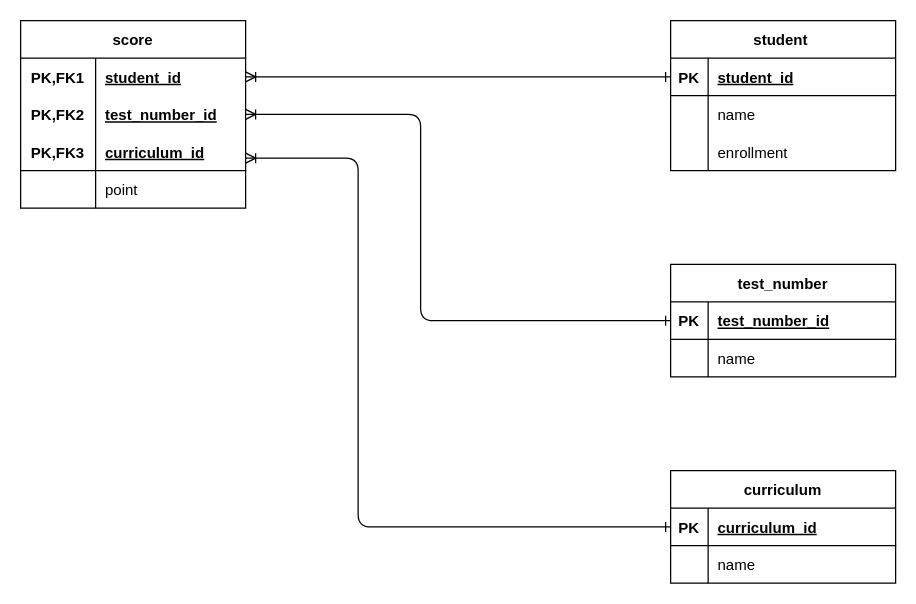
sasahara08/result_management keeps this draw.io diagram as ER.dio. Above is the earlier version. Source tidied: cells renumbered, new cells numbered last; positions are measured from the earlier drawing's top-left corner, leaving out a move shared by most shapes. Both pictures are drawn from the tidied source at 125%, with x=0, y=0 at pixel (20, 20).
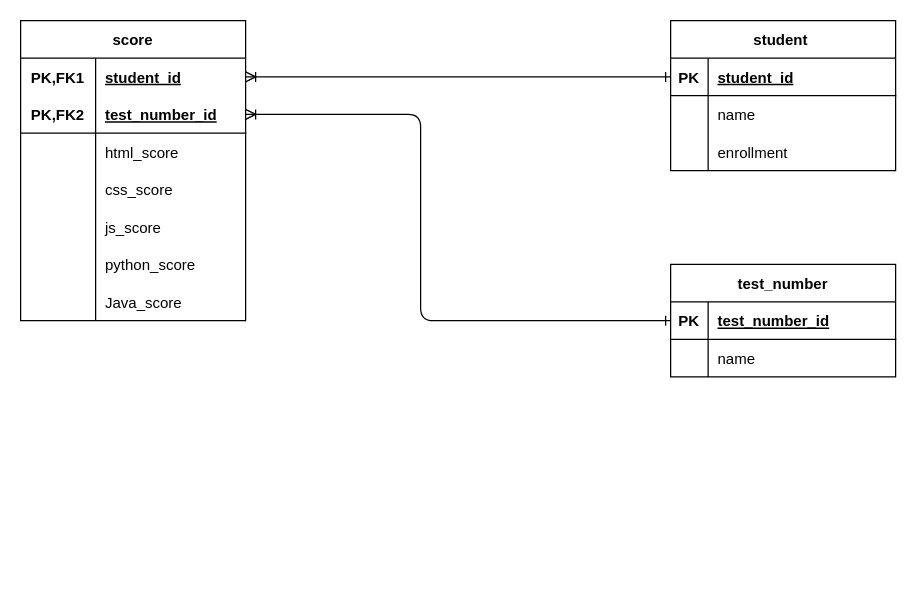
Above is the later version.

Unchanged cells that the change refers to:
```xml
<mxCell id="3" style="shape=tableRow;horizontal=0;startSize=0;swimlaneHead=0;swimlaneBody=0;fillColor=none;points=[[0,0.5],[1,0.5]];portConstraint=eastwest;top=0;left=0;right=0;bottom=1;" parent="2" vertex="1">
  <mxGeometry y="30" width="180" height="30" as="geometry" />
</mxCell>
<mxCell id="13" style="shape=tableRow;horizontal=0;startSize=0;swimlaneHead=0;swimlaneBody=0;fillColor=none;points=[[0,0.5],[1,0.5]];portConstraint=eastwest;top=0;left=0;right=0;bottom=1;" parent="12" vertex="1">
  <mxGeometry y="30" width="180" height="30" as="geometry" />
</mxCell>
<mxCell id="28" style="shape=tableRow;horizontal=0;startSize=0;swimlaneHead=0;swimlaneBody=0;fillColor=none;points=[[0,0.5],[1,0.5]];portConstraint=eastwest;top=0;left=0;right=0;bottom=0;" parent="27" vertex="1">
  <mxGeometry y="30" width="180" height="30" as="geometry" />
</mxCell>
<mxCell id="37" style="shape=tableRow;horizontal=0;startSize=0;swimlaneHead=0;swimlaneBody=0;fillColor=none;top=0;left=0;right=0;bottom=0;" parent="27" vertex="1">
  <mxGeometry y="120" width="180" height="30" as="geometry" />
</mxCell>
```

What changed in the source:
```diff
@@
-    <mxCell id="19" value="curriculum" style="shape=table;startSize=30;childLayout=tableLayout;rowLines=0;fontStyle=1;align=center;" parent="1" vertex="1">
-      <mxGeometry x="520" y="360" width="180" height="90" as="geometry" />
-    </mxCell>
-    <mxCell id="20" style="shape=tableRow;horizontal=0;startSize=0;swimlaneHead=0;swimlaneBody=0;fillColor=none;points=[[0,0.5],[1,0.5]];portConstraint=eastwest;top=0;left=0;right=0;bottom=1;" parent="19" vertex="1">
-      <mxGeometry y="30" width="180" height="30" as="geometry" />
-    </mxCell>
-    <mxCell id="21" value="PK" style="shape=partialRectangle;fillColor=none;top=0;left=0;bottom=0;right=0;fontStyle=1;overflow=hidden;" parent="20" vertex="1">
-      <mxGeometry width="30" height="30" as="geometry" />
-    </mxCell>
-    <mxCell id="22" value="curriculum_id" style="shape=partialRectangle;fillColor=none;top=0;left=0;bottom=0;right=0;align=left;spacingLeft=6;fontStyle=5;overflow=hidden;" parent="20" vertex="1">
-      <mxGeometry x="30" width="150" height="30" as="geometry" />
-    </mxCell>
-    <mxCell id="23" style="shape=tableRow;horizontal=0;startSize=0;swimlaneHead=0;swimlaneBody=0;fillColor=none;top=0;left=0;right=0;bottom=0;" parent="19" vertex="1">
-      <mxGeometry y="60" width="180" height="30" as="geometry" />
-    </mxCell>
-    <mxCell id="24" value="    " style="shape=partialRectangle;fillColor=none;top=0;left=0;bottom=0;right=0;overflow=hidden;" parent="23" vertex="1">
-      <mxGeometry width="30" height="30" as="geometry" />
-    </mxCell>
-    <mxCell id="25" value="name" style="shape=partialRectangle;fillColor=none;top=0;left=0;bottom=0;right=0;align=left;spacingLeft=6;overflow=hidden;" parent="23" vertex="1">
-      <mxGeometry x="30" width="150" height="30" as="geometry" />
-    </mxCell>
-    <mxCell id="26" style="group;" parent="1" vertex="1">
-      <mxGeometry width="210" height="240" as="geometry" />
-    </mxCell>
+    <mxCell id="41" style="edgeStyle=none;html=1;entryX=0;entryY=0.5;entryDx=0;entryDy=0;endArrow=ERone;endFill=0;startArrow=ERoneToMany;startFill=0;" parent="1" edge="1" target="3">
+      <mxGeometry relative="1" as="geometry">
+        <mxPoint x="180" y="45" as="sourcePoint" />
+      </mxGeometry>
+    </mxCell>
+    <mxCell id="42" style="edgeStyle=none;html=1;entryX=0;entryY=0.5;entryDx=0;entryDy=0;exitX=1;exitY=0.5;exitDx=0;exitDy=0;endArrow=ERone;endFill=0;startArrow=ERoneToMany;startFill=0;" parent="1" edge="1" target="13">
+      <mxGeometry relative="1" as="geometry">
+        <mxPoint x="180" y="75" as="sourcePoint" />
+        <Array as="points">
+          <mxPoint x="320" y="75" />
+          <mxPoint x="320" y="240" />
+        </Array>
+      </mxGeometry>
+    </mxCell>
-    <mxCell id="27" value="score" style="shape=table;startSize=30;childLayout=tableLayout;rowLines=0;fontStyle=1;align=center;fillColor=default;columnLines=1;swimlaneHead=1;swimlaneBody=1;horizontal=1;top=1;bottom=1;left=1;right=1;resizeLastRow=0;" parent="26" vertex="1">
-      <mxGeometry width="180" height="150" as="geometry" />
+    <mxCell id="27" value="score" style="shape=table;startSize=30;childLayout=tableLayout;rowLines=0;fontStyle=1;align=center;" parent="1" vertex="1">
+      <mxGeometry width="180" height="240" as="geometry" />
     </mxCell>
@@
-    <mxCell id="31" style="shape=tableRow;horizontal=0;startSize=0;swimlaneHead=0;swimlaneBody=0;fillColor=none;points=[[0,0.5],[1,0.5]];portConstraint=eastwest;top=0;left=0;right=0;bottom=0;" parent="27" vertex="1">
-      <mxGeometry y="60" width="180" height="30" as="geometry" />
-    </mxCell>
+    <mxCell id="44" style="shape=tableRow;horizontal=0;startSize=0;swimlaneHead=0;swimlaneBody=0;fillColor=none;top=0;left=0;right=0;bottom=1;" parent="27" vertex="1">
+      <mxGeometry y="60" width="180" height="30" as="geometry" />
+    </mxCell>
-    <mxCell id="32" value="PK,FK2" style="shape=partialRectangle;fillColor=none;top=0;left=0;bottom=0;right=0;fontStyle=1;overflow=hidden;" parent="31" vertex="1">
+    <mxCell id="32" value="PK,FK2" style="shape=partialRectangle;fillColor=none;top=0;left=0;bottom=0;right=0;fontStyle=1;overflow=hidden;" parent="44" vertex="1">
       <mxGeometry width="60" height="30" as="geometry" />
     </mxCell>
-    <mxCell id="33" value="test_number_id" style="shape=partialRectangle;fillColor=none;top=0;left=0;bottom=0;right=0;align=left;spacingLeft=6;fontStyle=5;overflow=hidden;verticalAlign=middle;" parent="31" vertex="1">
+    <mxCell id="33" value="test_number_id" style="shape=partialRectangle;fillColor=none;top=0;left=0;bottom=0;right=0;align=left;spacingLeft=6;fontStyle=5;overflow=hidden;" parent="44" vertex="1">
       <mxGeometry x="60" width="120" height="30" as="geometry" />
     </mxCell>
-    <mxCell id="34" style="shape=tableRow;horizontal=0;startSize=0;swimlaneHead=0;swimlaneBody=0;fillColor=none;top=0;left=0;right=0;bottom=1;" parent="27" vertex="1">
-      <mxGeometry y="90" width="180" height="30" as="geometry" />
-    </mxCell>
-    <mxCell id="35" value="PK,FK3" style="shape=partialRectangle;fillColor=none;top=0;left=0;bottom=0;right=0;fontStyle=1;overflow=hidden;" parent="34" vertex="1">
-      <mxGeometry width="60" height="30" as="geometry" />
-    </mxCell>
-    <mxCell id="36" value="curriculum_id" style="shape=partialRectangle;fillColor=none;top=0;left=0;bottom=0;right=0;align=left;spacingLeft=6;fontStyle=5;overflow=hidden;verticalAlign=middle;" parent="34" vertex="1">
-      <mxGeometry x="60" width="120" height="30" as="geometry" />
-    </mxCell>
+    <mxCell id="45" style="shape=tableRow;horizontal=0;startSize=0;swimlaneHead=0;swimlaneBody=0;fillColor=none;top=0;left=0;right=0;bottom=0;" parent="27" vertex="1">
+      <mxGeometry y="90" width="180" height="30" as="geometry" />
+    </mxCell>
+    <mxCell id="46" style="shape=partialRectangle;fillColor=none;top=0;left=0;bottom=0;right=0;overflow=hidden;" parent="45" vertex="1">
+      <mxGeometry width="60" height="30" as="geometry" />
+    </mxCell>
+    <mxCell id="47" value="html_score" style="shape=partialRectangle;fillColor=none;top=0;left=0;bottom=0;right=0;align=left;spacingLeft=6;overflow=hidden;" parent="45" vertex="1">
+      <mxGeometry x="60" width="120" height="30" as="geometry" />
+    </mxCell>
@@
-    <mxCell id="38" style="shape=partialRectangle;fillColor=none;top=0;left=0;bottom=0;right=0;overflow=hidden;" parent="37" vertex="1">
-      <mxGeometry width="60" height="30" as="geometry" />
-    </mxCell>
-    <mxCell id="39" style="shape=partialRectangle;fillColor=none;top=0;left=0;bottom=0;right=0;align=left;spacingLeft=6;overflow=hidden;" parent="37" vertex="1">
-      <mxGeometry x="60" width="120" height="30" as="geometry" />
-    </mxCell>
-    <mxCell id="40" value="point" style="shape=partialRectangle;fillColor=none;top=0;left=0;bottom=0;right=0;align=left;spacingLeft=6;overflow=hidden;" parent="26" vertex="1">
-      <mxGeometry x="60" y="120" width="150" height="30" as="geometry" />
-    </mxCell>
-    <mxCell id="41" style="edgeStyle=none;html=1;entryX=0;entryY=0.5;entryDx=0;entryDy=0;endArrow=ERone;endFill=0;startArrow=ERoneToMany;startFill=0;" parent="1" edge="1" source="28" target="3">
-      <mxGeometry relative="1" as="geometry" />
-    </mxCell>
-    <mxCell id="42" style="edgeStyle=none;html=1;entryX=0;entryY=0.5;entryDx=0;entryDy=0;exitX=1;exitY=0.5;exitDx=0;exitDy=0;endArrow=ERone;endFill=0;startArrow=ERoneToMany;startFill=0;" parent="1" edge="1" source="31" target="13">
-      <mxGeometry relative="1" as="geometry">
-        <Array as="points">
-          <mxPoint x="320" y="75" />
-          <mxPoint x="320" y="240" />
-        </Array>
-      </mxGeometry>
-    </mxCell>
-    <mxCell id="43" style="edgeStyle=none;html=1;entryX=0;entryY=0.5;entryDx=0;entryDy=0;exitX=1;exitY=0.5;exitDx=0;exitDy=0;endArrow=ERone;endFill=0;startArrow=ERoneToMany;startFill=0;" parent="1" edge="1" target="20">
-      <mxGeometry relative="1" as="geometry">
-        <mxPoint x="180" y="110" as="sourcePoint" />
-        <Array as="points">
-          <mxPoint x="270" y="110" />
-          <mxPoint x="270" y="405" />
-        </Array>
-      </mxGeometry>
-    </mxCell>
+    <mxCell id="48" style="shape=partialRectangle;fillColor=none;top=0;left=0;bottom=0;right=0;overflow=hidden;" parent="37" vertex="1">
+      <mxGeometry width="60" height="30" as="geometry" />
+    </mxCell>
+    <mxCell id="49" value="css_score" style="shape=partialRectangle;fillColor=none;top=0;left=0;bottom=0;right=0;align=left;spacingLeft=6;overflow=hidden;" parent="37" vertex="1">
+      <mxGeometry x="60" width="120" height="30" as="geometry" />
+    </mxCell>
+    <mxCell id="50" style="shape=tableRow;horizontal=0;startSize=0;swimlaneHead=0;swimlaneBody=0;fillColor=none;top=0;left=0;right=0;bottom=0;" parent="27" vertex="1">
+      <mxGeometry y="150" width="180" height="30" as="geometry" />
+    </mxCell>
+    <mxCell id="51" style="shape=partialRectangle;fillColor=none;top=0;left=0;bottom=0;right=0;overflow=hidden;" parent="50" vertex="1">
+      <mxGeometry width="60" height="30" as="geometry" />
+    </mxCell>
+    <mxCell id="52" value="js_score" style="shape=partialRectangle;fillColor=none;top=0;left=0;bottom=0;right=0;align=left;spacingLeft=6;overflow=hidden;" parent="50" vertex="1">
+      <mxGeometry x="60" width="120" height="30" as="geometry" />
+    </mxCell>
+    <mxCell id="53" style="shape=tableRow;horizontal=0;startSize=0;swimlaneHead=0;swimlaneBody=0;fillColor=none;top=0;left=0;right=0;bottom=0;" parent="27" vertex="1">
+      <mxGeometry y="180" width="180" height="30" as="geometry" />
+    </mxCell>
+    <mxCell id="54" style="shape=partialRectangle;fillColor=none;top=0;left=0;bottom=0;right=0;overflow=hidden;" parent="53" vertex="1">
+      <mxGeometry width="60" height="30" as="geometry" />
+    </mxCell>
+    <mxCell id="55" value="python_score" style="shape=partialRectangle;fillColor=none;top=0;left=0;bottom=0;right=0;align=left;spacingLeft=6;overflow=hidden;" parent="53" vertex="1">
+      <mxGeometry x="60" width="120" height="30" as="geometry" />
+    </mxCell>
+    <mxCell id="56" style="shape=tableRow;horizontal=0;startSize=0;swimlaneHead=0;swimlaneBody=0;fillColor=none;top=0;left=0;right=0;bottom=0;" parent="27" vertex="1">
+      <mxGeometry y="210" width="180" height="30" as="geometry" />
+    </mxCell>
+    <mxCell id="57" style="shape=partialRectangle;fillColor=none;top=0;left=0;bottom=0;right=0;overflow=hidden;" parent="56" vertex="1">
+      <mxGeometry width="60" height="30" as="geometry" />
+    </mxCell>
+    <mxCell id="58" value="Java_score" style="shape=partialRectangle;fillColor=none;top=0;left=0;bottom=0;right=0;align=left;spacingLeft=6;overflow=hidden;" parent="56" vertex="1">
+      <mxGeometry x="60" width="120" height="30" as="geometry" />
+    </mxCell>
```
